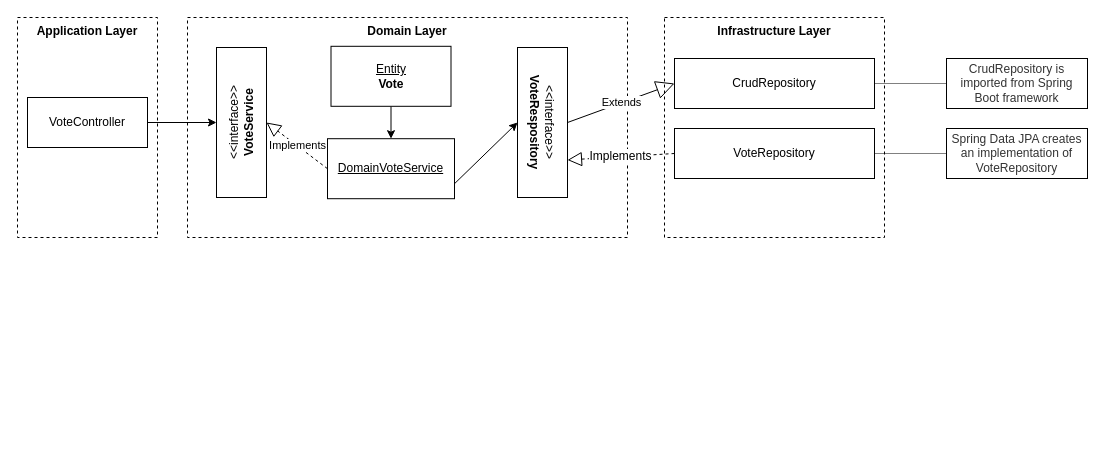
Earlier version of the draw.io diagram docs/drawings/working/Voting_Architectural_Design.drawio (imtmcdonald/voting-service). Source tidied: cells renumbered, new cells numbered last; positions are measured from the earlier drawing's top-left corner, leaving out a move shared by most shapes. Both pictures are drawn from the tidied source at 100%, with x=0, y=0 at pixel (17, 17).
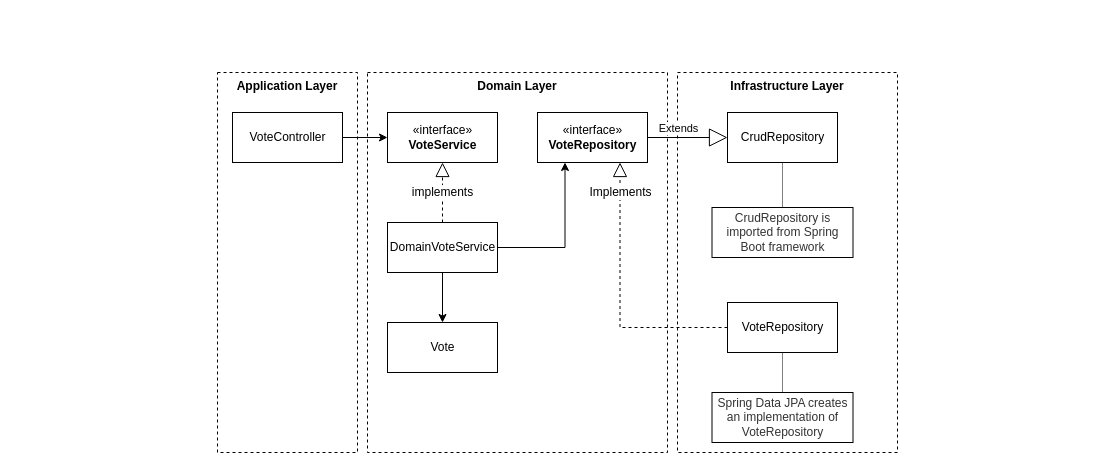
The same page after the edit.

Commit message:
Updated architecture diagram

What changed in the source:
```diff
@@
     <mxCell id="2" value="&lt;b&gt;Domain Layer&lt;/b&gt;" style="rounded=0;whiteSpace=wrap;html=1;fontColor=default;dashed=1;verticalAlign=top;" parent="1" vertex="1">
-      <mxGeometry x="170" width="440" height="220" as="geometry" />
+      <mxGeometry x="350" y="55" width="300" height="380" as="geometry" />
     </mxCell>
     <mxCell id="3" value="&lt;b&gt;Infrastructure Layer&lt;/b&gt;" style="rounded=0;whiteSpace=wrap;html=1;fontColor=default;dashed=1;verticalAlign=top;" parent="1" vertex="1">
-      <mxGeometry x="647" width="220" height="220" as="geometry" />
+      <mxGeometry x="660" y="55" width="220" height="380" as="geometry" />
     </mxCell>
     <mxCell id="4" value="&lt;b&gt;Application Layer&lt;/b&gt;" style="rounded=0;whiteSpace=wrap;html=1;fontColor=default;dashed=1;verticalAlign=top;" parent="1" vertex="1">
-      <mxGeometry width="140" height="220" as="geometry" />
+      <mxGeometry x="200" y="55" width="140" height="380" as="geometry" />
     </mxCell>
-    <mxCell id="5" style="edgeStyle=none;jettySize=auto;html=1;fontColor=default;" parent="1" edge="1" source="6" target="12">
-      <mxGeometry relative="1" as="geometry" />
-    </mxCell>
-    <mxCell id="6" value="&lt;u&gt;Entity&lt;/u&gt;&lt;br&gt;&lt;b&gt;Vote&lt;/b&gt;" style="rounded=0;whiteSpace=wrap;html=1;" parent="1" vertex="1">
-      <mxGeometry x="313.5" y="28.8" width="120" height="60" as="geometry" />
-    </mxCell>
-    <mxCell id="7" value="&amp;lt;&amp;lt;interface&amp;gt;&amp;gt;&lt;br&gt;&lt;b&gt;VoteService&lt;/b&gt;" style="rounded=0;whiteSpace=wrap;html=1;rotation=-90;textDirection=rtl;fontColor=default;" parent="1" vertex="1">
-      <mxGeometry x="149" y="80" width="150" height="50" as="geometry" />
-    </mxCell>
-    <mxCell id="8" value="Implements" style="endArrow=block;dashed=1;endFill=0;endSize=12;html=1;exitX=0;exitY=0.5;exitDx=0;exitDy=0;entryX=0.5;entryY=1;entryDx=0;entryDy=0;" parent="1" edge="1" source="12" target="7">
-      <mxGeometry relative="1" as="geometry" />
-    </mxCell>
-    <mxCell id="9" style="edgeStyle=none;jettySize=auto;html=1;entryX=0.5;entryY=0;entryDx=0;entryDy=0;fontColor=default;" parent="1" edge="1" source="10" target="7">
-      <mxGeometry relative="1" as="geometry" />
-    </mxCell>
+    <mxCell id="23" style="edgeStyle=orthogonalEdgeStyle;rounded=0;jettySize=auto;html=1;labelBackgroundColor=default;startArrow=none;startFill=0;endArrow=classic;endFill=1;" parent="1" edge="1" source="10" target="24">
+      <mxGeometry relative="1" as="geometry" />
+    </mxCell>
-    <mxCell id="10" value="VoteController" style="rounded=0;whiteSpace=wrap;html=1;" parent="1" vertex="1">
-      <mxGeometry x="10" y="80" width="120" height="50" as="geometry" />
+    <mxCell id="10" value="VoteController" style="html=1;" parent="1" vertex="1">
+      <mxGeometry x="215" y="95" width="110" height="50" as="geometry" />
     </mxCell>
-    <mxCell id="11" style="edgeStyle=none;jettySize=auto;html=1;fontColor=default;exitX=1;exitY=0.75;exitDx=0;exitDy=0;entryX=0.5;entryY=1;entryDx=0;entryDy=0;" parent="1" edge="1" source="12" target="13">
-      <mxGeometry relative="1" as="geometry" />
-    </mxCell>
+    <mxCell id="24" value="«interface»&lt;br&gt;&lt;b&gt;VoteService&lt;/b&gt;" style="html=1;" parent="1" vertex="1">
+      <mxGeometry x="370" y="95" width="110" height="50" as="geometry" />
+    </mxCell>
+    <mxCell id="25" style="edgeStyle=orthogonalEdgeStyle;rounded=0;jettySize=auto;html=1;labelBackgroundColor=default;startArrow=none;startFill=0;endArrow=classic;endFill=1;" parent="1" edge="1" source="12" target="27">
+      <mxGeometry relative="1" as="geometry" />
+    </mxCell>
+    <mxCell id="26" style="edgeStyle=orthogonalEdgeStyle;rounded=0;jettySize=auto;html=1;entryX=0.25;entryY=1;entryDx=0;entryDy=0;labelBackgroundColor=default;startArrow=none;startFill=0;endArrow=classic;endFill=1;" parent="1" edge="1" source="12" target="29">
+      <mxGeometry relative="1" as="geometry" />
+    </mxCell>
-    <mxCell id="12" value="&lt;u&gt;DomainVoteService&lt;/u&gt;" style="rounded=0;whiteSpace=wrap;html=1;" parent="1" vertex="1">
-      <mxGeometry x="310" y="121.2" width="127" height="60" as="geometry" />
+    <mxCell id="12" value="DomainVoteService" style="html=1;" parent="1" vertex="1">
+      <mxGeometry x="370" y="205" width="110" height="50" as="geometry" />
     </mxCell>
-    <mxCell id="13" value="&amp;lt;&amp;lt;interface&amp;gt;&amp;gt;&lt;br&gt;&lt;b&gt;VoteRespository&lt;/b&gt;" style="rounded=0;whiteSpace=wrap;html=1;rotation=90;textDirection=rtl;fontColor=default;" parent="1" vertex="1">
-      <mxGeometry x="450" y="80" width="150" height="50" as="geometry" />
-    </mxCell>
+    <mxCell id="27" value="Vote" style="html=1;" parent="1" vertex="1">
+      <mxGeometry x="370" y="305" width="110" height="50" as="geometry" />
+    </mxCell>
+    <mxCell id="28" value="implements" style="endArrow=block;dashed=1;endFill=0;endSize=12;html=1;rounded=0;labelBackgroundColor=default;exitX=0.5;exitY=0;exitDx=0;exitDy=0;entryX=0.5;entryY=1;entryDx=0;entryDy=0;verticalAlign=middle;fontSize=12;" parent="1" edge="1" source="12" target="24">
+      <mxGeometry relative="1" as="geometry" />
+    </mxCell>
+    <mxCell id="29" value="«interface»&lt;br&gt;&lt;b&gt;VoteRepository&lt;/b&gt;" style="html=1;" parent="1" vertex="1">
+      <mxGeometry x="520" y="95" width="110" height="50" as="geometry" />
+    </mxCell>
+    <mxCell id="17" value="VoteRepository" style="html=1;" parent="1" vertex="1">
+      <mxGeometry x="710" y="285" width="110" height="50" as="geometry" />
+    </mxCell>
-    <mxCell id="14" value="CrudRepository" style="rounded=0;whiteSpace=wrap;html=1;" parent="1" vertex="1">
-      <mxGeometry x="657" y="41" width="200" height="50" as="geometry" />
+    <mxCell id="14" value="CrudRepository" style="html=1;" parent="1" vertex="1">
+      <mxGeometry x="710" y="95" width="110" height="50" as="geometry" />
     </mxCell>
-    <mxCell id="15" style="edgeStyle=none;rounded=0;orthogonalLoop=1;jettySize=auto;html=1;exitX=0.5;exitY=1;exitDx=0;exitDy=0;" parent="1" edge="1" source="13" target="13">
-      <mxGeometry relative="1" as="geometry" />
-    </mxCell>
+    <mxCell id="30" value="Implements" style="endArrow=block;dashed=1;endFill=0;endSize=12;html=1;rounded=0;fontFamily=Helvetica;fontSize=12;entryX=0.75;entryY=1;entryDx=0;entryDy=0;exitX=0;exitY=0.5;exitDx=0;exitDy=0;verticalAlign=middle;labelBackgroundColor=default;edgeStyle=orthogonalEdgeStyle;" parent="1" edge="1" source="17" target="29">
+      <mxGeometry x="0.78" relative="1" as="geometry" />
+    </mxCell>
-    <mxCell id="16" value="Extends" style="endArrow=block;endSize=16;endFill=0;html=1;rounded=0;entryX=0;entryY=0.5;entryDx=0;entryDy=0;exitX=0.5;exitY=0;exitDx=0;exitDy=0;" parent="1" edge="1" source="13" target="14">
-      <mxGeometry relative="1" as="geometry" />
+    <mxCell id="16" value="Extends" style="endArrow=block;endSize=16;endFill=0;html=1;rounded=0;entryX=0;entryY=0.5;entryDx=0;entryDy=0;exitX=1;exitY=0.5;exitDx=0;exitDy=0;verticalAlign=bottom;" parent="1" edge="1" source="29" target="14">
+      <mxGeometry x="-0.23" relative="1" as="geometry" />
     </mxCell>
-    <mxCell id="17" value="VoteRepository" style="rounded=0;whiteSpace=wrap;html=1;" parent="1" vertex="1">
-      <mxGeometry x="657" y="111" width="200" height="50" as="geometry" />
-    </mxCell>
-    <mxCell id="18" value="Implements" style="endArrow=block;dashed=1;endFill=0;endSize=12;html=1;rounded=0;fontFamily=Helvetica;fontSize=12;entryX=0.75;entryY=0;entryDx=0;entryDy=0;exitX=0;exitY=0.5;exitDx=0;exitDy=0;" parent="1" edge="1" source="17" target="13">
-      <mxGeometry relative="1" as="geometry" />
-    </mxCell>
+    <mxCell id="21" style="edgeStyle=orthogonalEdgeStyle;rounded=0;jettySize=auto;html=1;labelBackgroundColor=default;fontSize=12;startArrow=none;startFill=0;endArrow=none;endFill=0;dashed=1;dashPattern=1 1;" parent="1" edge="1" source="22" target="14">
+      <mxGeometry relative="1" as="geometry" />
+    </mxCell>
+    <mxCell id="22" value="&lt;span style=&quot;color: rgb(51, 51, 51); text-align: start;&quot;&gt;CrudRepository is imported from Spring Boot framework&lt;/span&gt;" style="text;html=1;strokeColor=default;fillColor=none;align=center;verticalAlign=middle;whiteSpace=wrap;rounded=0;fontFamily=Helvetica;fontSize=12;" parent="1" vertex="1">
+      <mxGeometry x="694.5" y="190" width="141" height="50" as="geometry" />
+    </mxCell>
-    <mxCell id="19" style="edgeStyle=orthogonalEdgeStyle;rounded=0;jettySize=auto;html=1;entryX=1;entryY=0.5;entryDx=0;entryDy=0;fontFamily=Helvetica;fontSize=12;endArrow=none;endFill=0;dashed=1;dashPattern=1 1;" parent="1" edge="1" source="20" target="17">
+    <mxCell id="19" style="edgeStyle=orthogonalEdgeStyle;rounded=0;jettySize=auto;html=1;dashed=1;dashPattern=1 1;labelBackgroundColor=default;fontSize=12;startArrow=none;startFill=0;endArrow=none;endFill=0;" parent="1" edge="1" source="20" target="17">
       <mxGeometry relative="1" as="geometry" />
     </mxCell>
     <mxCell id="20" value="&lt;span style=&quot;color: rgb(51, 51, 51); text-align: start;&quot;&gt;Spring Data JPA creates an implementation of VoteRepository&lt;/span&gt;" style="text;html=1;strokeColor=default;fillColor=none;align=center;verticalAlign=middle;whiteSpace=wrap;rounded=0;fontFamily=Helvetica;fontSize=12;" parent="1" vertex="1">
-      <mxGeometry x="929" y="111" width="141" height="50" as="geometry" />
+      <mxGeometry x="694.5" y="375" width="141" height="50" as="geometry" />
     </mxCell>
-    <mxCell id="21" style="edgeStyle=orthogonalEdgeStyle;rounded=0;jettySize=auto;html=1;entryX=1;entryY=0.5;entryDx=0;entryDy=0;dashed=1;dashPattern=1 1;fontFamily=Helvetica;fontSize=12;endArrow=none;endFill=0;" parent="1" edge="1" source="22" target="14">
-      <mxGeometry relative="1" as="geometry" />
-    </mxCell>
-    <mxCell id="22" value="&lt;span style=&quot;color: rgb(51, 51, 51); text-align: start;&quot;&gt;CrudRepository is imported from Spring Boot framework&lt;/span&gt;" style="text;html=1;strokeColor=default;fillColor=none;align=center;verticalAlign=middle;whiteSpace=wrap;rounded=0;fontFamily=Helvetica;fontSize=12;" parent="1" vertex="1">
-      <mxGeometry x="929" y="41" width="141" height="50" as="geometry" />
-    </mxCell>
```
